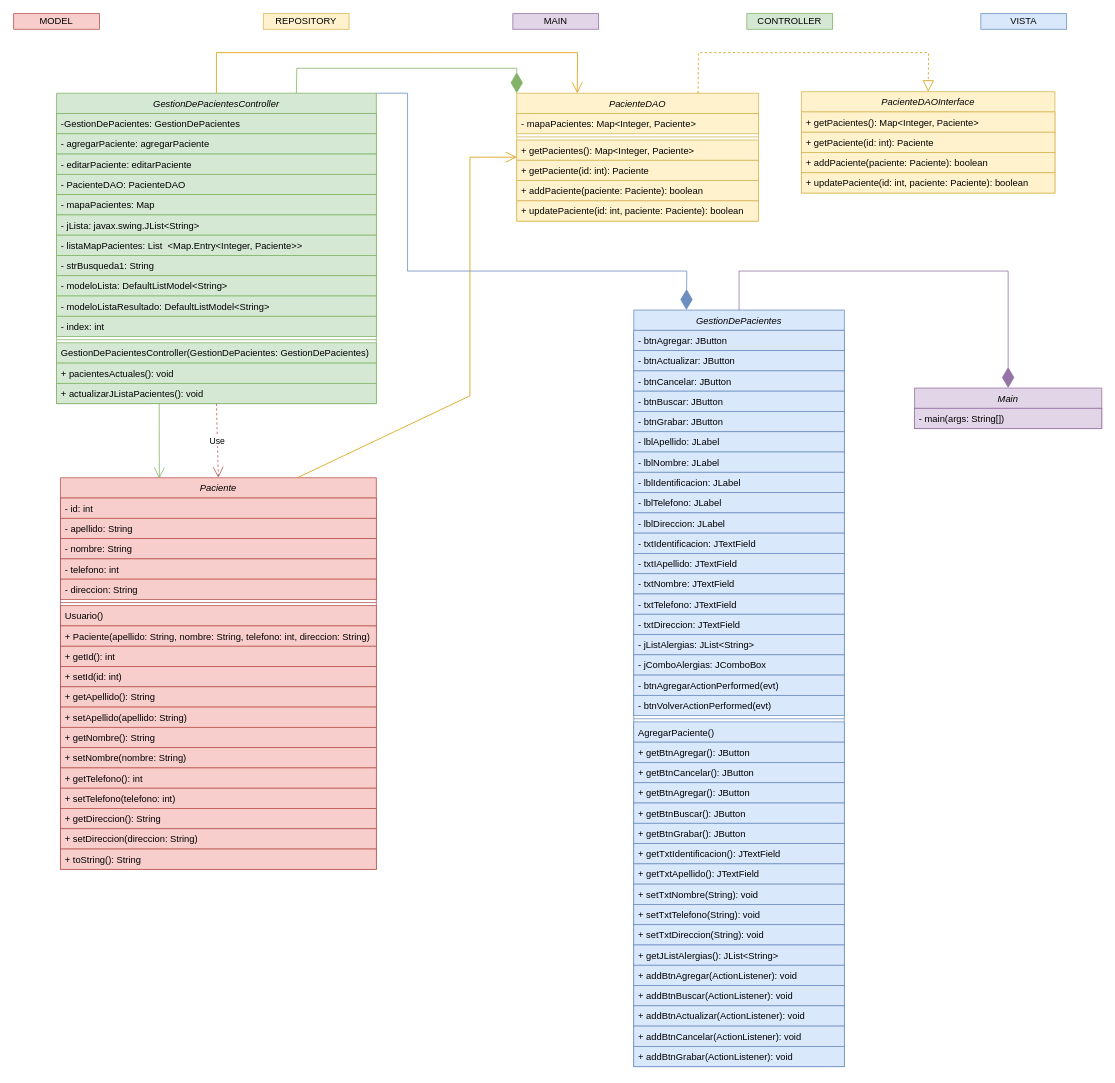
Above: Parcial.drawio in 18luisc/Parcial (draw.io), before the change. Source tidied: cells renumbered, new cells numbered last; positions are measured from the earlier drawing's top-left corner, leaving out a move shared by most shapes. Both pictures are drawn from the tidied source at 78%, with x=0, y=0 at pixel (13, 13).
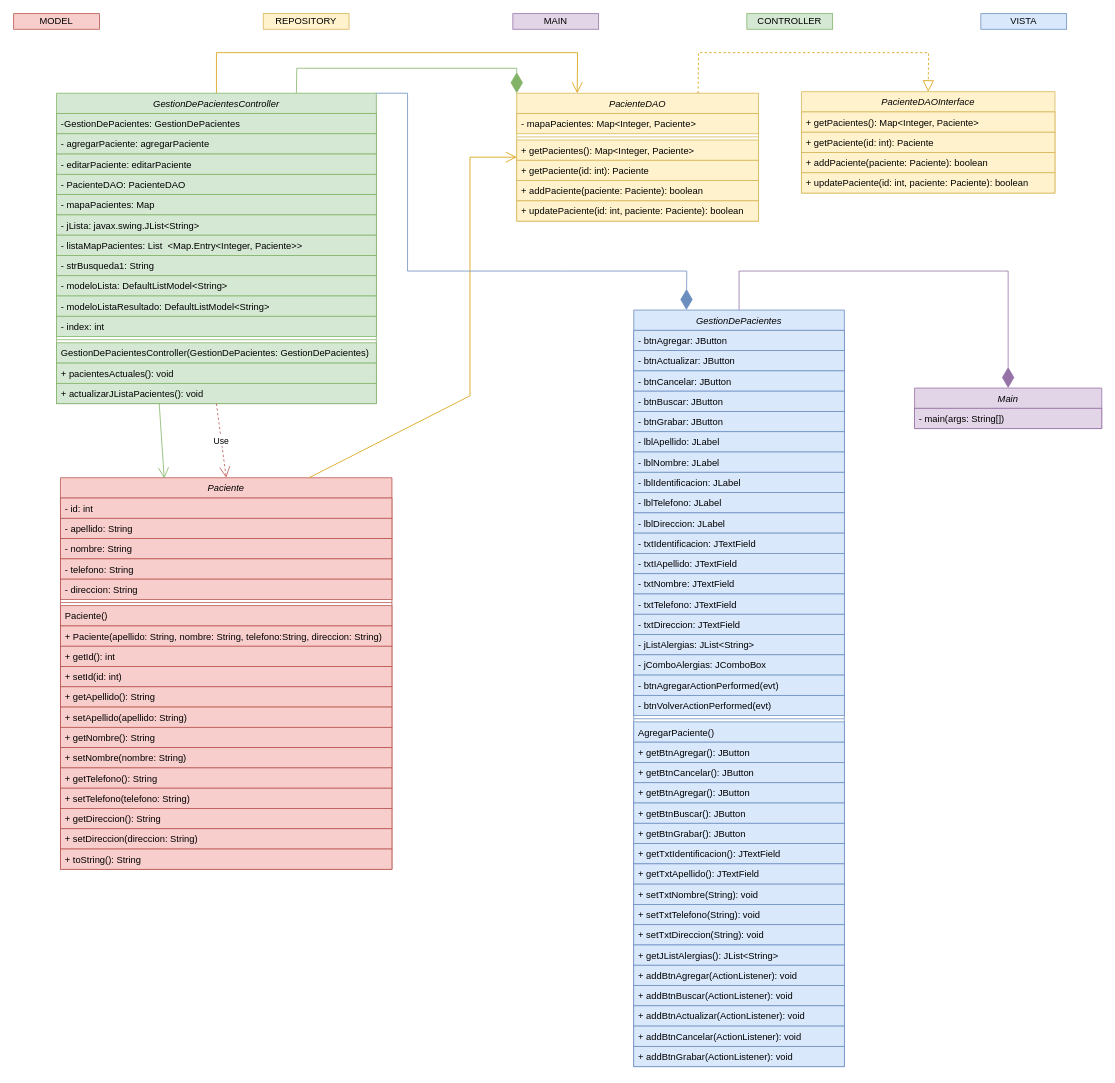
After the change.

What changed in the source:
```diff
@@
     <mxCell id="14" value="Paciente" style="swimlane;fontStyle=2;align=center;verticalAlign=top;horizontal=1;startSize=26;rounded=0;shadow=0;strokeWidth=1;fillColor=#f8cecc;strokeColor=#b85450;" parent="1" vertex="1">
-      <mxGeometry x="60" y="595" width="405" height="502" as="geometry" />
+      <mxGeometry x="60" y="595" width="425" height="502" as="geometry" />
     </mxCell>
     <mxCell id="15" value="- id: int" style="text;align=left;verticalAlign=top;spacingLeft=4;spacingRight=4;overflow=hidden;fillColor=#f8cecc;strokeColor=#b85450;" parent="14" vertex="1">
-      <mxGeometry y="26" width="405" height="26" as="geometry" />
+      <mxGeometry y="26" width="425" height="26" as="geometry" />
     </mxCell>
     <mxCell id="16" value="- apellido: String " style="text;align=left;verticalAlign=top;spacingLeft=4;spacingRight=4;overflow=hidden;rounded=0;shadow=0;html=0;fillColor=#f8cecc;strokeColor=#b85450;" parent="14" vertex="1">
-      <mxGeometry y="52" width="405" height="26" as="geometry" />
+      <mxGeometry y="52" width="425" height="26" as="geometry" />
     </mxCell>
     <mxCell id="17" value="- nombre: String " style="text;align=left;verticalAlign=top;spacingLeft=4;spacingRight=4;overflow=hidden;rounded=0;shadow=0;html=0;fillColor=#f8cecc;strokeColor=#b85450;" parent="14" vertex="1">
-      <mxGeometry y="78" width="405" height="26" as="geometry" />
+      <mxGeometry y="78" width="425" height="26" as="geometry" />
     </mxCell>
-    <mxCell id="18" value="- telefono: int" style="text;align=left;verticalAlign=top;spacingLeft=4;spacingRight=4;overflow=hidden;rounded=0;shadow=0;html=0;fillColor=#f8cecc;strokeColor=#b85450;" parent="14" vertex="1">
-      <mxGeometry y="104" width="405" height="26" as="geometry" />
+    <mxCell id="18" value="- telefono: String" style="text;align=left;verticalAlign=top;spacingLeft=4;spacingRight=4;overflow=hidden;rounded=0;shadow=0;html=0;fillColor=#f8cecc;strokeColor=#b85450;" parent="14" vertex="1">
+      <mxGeometry y="104" width="425" height="26" as="geometry" />
     </mxCell>
     <mxCell id="19" value="- direccion: String " style="text;align=left;verticalAlign=top;spacingLeft=4;spacingRight=4;overflow=hidden;rounded=0;shadow=0;html=0;fillColor=#f8cecc;strokeColor=#b85450;" parent="14" vertex="1">
-      <mxGeometry y="130" width="405" height="26" as="geometry" />
+      <mxGeometry y="130" width="425" height="26" as="geometry" />
     </mxCell>
     <mxCell id="20" style="line;html=1;strokeWidth=1;align=left;verticalAlign=middle;spacingTop=-1;spacingLeft=3;spacingRight=3;labelPosition=right;fillColor=#f8cecc;strokeColor=#b85450;" parent="14" vertex="1">
-      <mxGeometry y="156" width="405" height="8" as="geometry" />
+      <mxGeometry y="156" width="425" height="8" as="geometry" />
     </mxCell>
-    <mxCell id="21" value="Usuario() " style="text;align=left;verticalAlign=top;spacingLeft=4;spacingRight=4;overflow=hidden;fillColor=#f8cecc;strokeColor=#b85450;" parent="14" vertex="1">
-      <mxGeometry y="164" width="405" height="26" as="geometry" />
+    <mxCell id="21" value="Paciente() " style="text;align=left;verticalAlign=top;spacingLeft=4;spacingRight=4;overflow=hidden;fillColor=#f8cecc;strokeColor=#b85450;" parent="14" vertex="1">
+      <mxGeometry y="164" width="425" height="26" as="geometry" />
     </mxCell>
-    <mxCell id="22" value="+ Paciente(apellido: String, nombre: String, telefono: int, direccion: String)" style="text;align=left;verticalAlign=top;spacingLeft=4;spacingRight=4;overflow=hidden;fillColor=#f8cecc;strokeColor=#b85450;" parent="14" vertex="1">
-      <mxGeometry y="190" width="405" height="26" as="geometry" />
+    <mxCell id="22" value="+ Paciente(apellido: String, nombre: String, telefono:String, direccion: String)" style="text;align=left;verticalAlign=top;spacingLeft=4;spacingRight=4;overflow=hidden;fillColor=#f8cecc;strokeColor=#b85450;" parent="14" vertex="1">
+      <mxGeometry y="190" width="425" height="26" as="geometry" />
     </mxCell>
     <mxCell id="23" value="+ getId(): int" style="text;align=left;verticalAlign=top;spacingLeft=4;spacingRight=4;overflow=hidden;fillColor=#f8cecc;strokeColor=#b85450;" parent="14" vertex="1">
-      <mxGeometry y="216" width="405" height="26" as="geometry" />
+      <mxGeometry y="216" width="425" height="26" as="geometry" />
     </mxCell>
     <mxCell id="24" value="+ setId(id: int)" style="text;align=left;verticalAlign=top;spacingLeft=4;spacingRight=4;overflow=hidden;fillColor=#f8cecc;strokeColor=#b85450;" parent="14" vertex="1">
-      <mxGeometry y="242" width="405" height="26" as="geometry" />
+      <mxGeometry y="242" width="425" height="26" as="geometry" />
     </mxCell>
     <mxCell id="25" value="+ getApellido(): String " style="text;align=left;verticalAlign=top;spacingLeft=4;spacingRight=4;overflow=hidden;fillColor=#f8cecc;strokeColor=#b85450;" parent="14" vertex="1">
-      <mxGeometry y="268" width="405" height="26" as="geometry" />
+      <mxGeometry y="268" width="425" height="26" as="geometry" />
     </mxCell>
     <mxCell id="26" value="+ setApellido(apellido: String)" style="text;align=left;verticalAlign=top;spacingLeft=4;spacingRight=4;overflow=hidden;fillColor=#f8cecc;strokeColor=#b85450;" parent="14" vertex="1">
-      <mxGeometry y="294" width="405" height="26" as="geometry" />
+      <mxGeometry y="294" width="425" height="26" as="geometry" />
     </mxCell>
     <mxCell id="27" value="+ getNombre(): String " style="text;align=left;verticalAlign=top;spacingLeft=4;spacingRight=4;overflow=hidden;fillColor=#f8cecc;strokeColor=#b85450;" parent="14" vertex="1">
-      <mxGeometry y="320" width="405" height="26" as="geometry" />
+      <mxGeometry y="320" width="425" height="26" as="geometry" />
     </mxCell>
     <mxCell id="28" value="+ setNombre(nombre: String)" style="text;align=left;verticalAlign=top;spacingLeft=4;spacingRight=4;overflow=hidden;fillColor=#f8cecc;strokeColor=#b85450;" parent="14" vertex="1">
-      <mxGeometry y="346" width="405" height="26" as="geometry" />
+      <mxGeometry y="346" width="425" height="26" as="geometry" />
     </mxCell>
-    <mxCell id="29" value="+ getTelefono(): int" style="text;align=left;verticalAlign=top;spacingLeft=4;spacingRight=4;overflow=hidden;fillColor=#f8cecc;strokeColor=#b85450;" parent="14" vertex="1">
-      <mxGeometry y="372" width="405" height="26" as="geometry" />
+    <mxCell id="29" value="+ getTelefono(): String" style="text;align=left;verticalAlign=top;spacingLeft=4;spacingRight=4;overflow=hidden;fillColor=#f8cecc;strokeColor=#b85450;" parent="14" vertex="1">
+      <mxGeometry y="372" width="425" height="26" as="geometry" />
     </mxCell>
-    <mxCell id="30" value="+ setTelefono(telefono: int)" style="text;align=left;verticalAlign=top;spacingLeft=4;spacingRight=4;overflow=hidden;fillColor=#f8cecc;strokeColor=#b85450;" parent="14" vertex="1">
-      <mxGeometry y="398" width="405" height="26" as="geometry" />
+    <mxCell id="30" value="+ setTelefono(telefono: String)" style="text;align=left;verticalAlign=top;spacingLeft=4;spacingRight=4;overflow=hidden;fillColor=#f8cecc;strokeColor=#b85450;" parent="14" vertex="1">
+      <mxGeometry y="398" width="425" height="26" as="geometry" />
     </mxCell>
     <mxCell id="31" value="+ getDireccion(): String " style="text;align=left;verticalAlign=top;spacingLeft=4;spacingRight=4;overflow=hidden;fillColor=#f8cecc;strokeColor=#b85450;" parent="14" vertex="1">
-      <mxGeometry y="424" width="405" height="26" as="geometry" />
+      <mxGeometry y="424" width="425" height="26" as="geometry" />
     </mxCell>
     <mxCell id="32" value="+ setDireccion(direccion: String)" style="text;align=left;verticalAlign=top;spacingLeft=4;spacingRight=4;overflow=hidden;fillColor=#f8cecc;strokeColor=#b85450;" parent="14" vertex="1">
-      <mxGeometry y="450" width="405" height="26" as="geometry" />
+      <mxGeometry y="450" width="425" height="26" as="geometry" />
     </mxCell>
     <mxCell id="33" value="+ toString(): String" style="text;align=left;verticalAlign=top;spacingLeft=4;spacingRight=4;overflow=hidden;fillColor=#f8cecc;strokeColor=#b85450;" parent="14" vertex="1">
-      <mxGeometry y="476" width="405" height="26" as="geometry" />
+      <mxGeometry y="476" width="425" height="26" as="geometry" />
     </mxCell>
```
